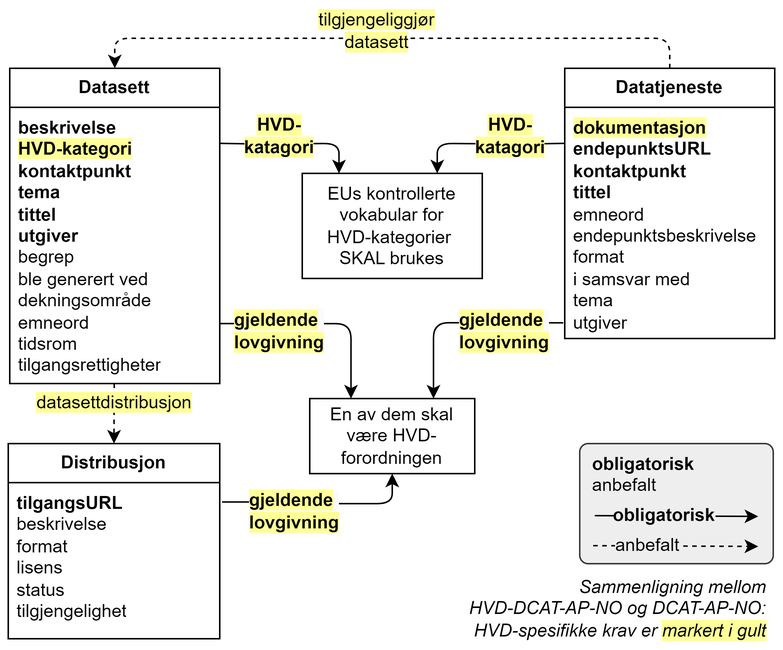
This is docs/images/HVD-DCAT-AP-NO-forenklet-fremstilling.png from Informasjonsforvaltning/hvd-dcat-ap-no, a draw.io export, as it was before one commit. Source tidied: cells renumbered, new cells last; positions are measured from the earlier drawing's top-left corner, leaving out a move shared by most shapes.
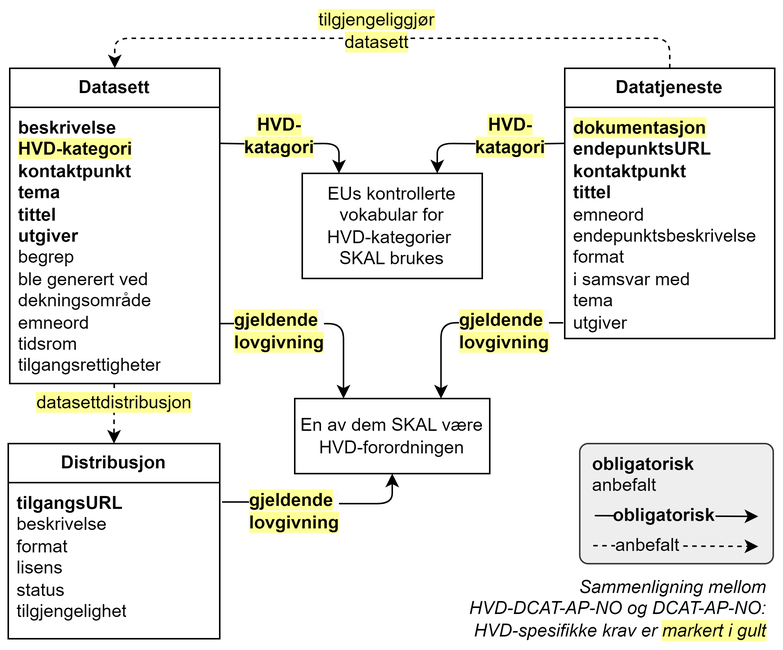
After the commit.

Commit message:
Oppdaterer tegning Forenklet fremstilling

What changed in the source:
```diff
@@ -62,8 +62,8 @@
     <mxCell id="19" value="Sammenligning mellom&amp;nbsp;&lt;div&gt;HVD-DCAT-AP-NO og DCAT-AP-NO:&amp;nbsp;&lt;/div&gt;&lt;div&gt;HVD-spesifikke krav er&amp;nbsp;&lt;span style=&quot;background-color: rgb(255, 255, 153);&quot;&gt;markert i gult&lt;/span&gt;&lt;span style=&quot;background-color: rgb(255 , 255 , 255)&quot;&gt;&amp;nbsp;&lt;/span&gt;&lt;/div&gt;" style="text;html=1;strokeColor=none;fillColor=none;align=right;verticalAlign=middle;whiteSpace=wrap;rounded=0;fontStyle=2;" parent="1" vertex="1">
       <mxGeometry x="176" y="390" width="335" height="20" as="geometry" />
     </mxCell>
-    <mxCell id="20" value="En av dem skal være HVD-forordningen" style="html=1;whiteSpace=wrap;" parent="1" vertex="1">
-      <mxGeometry x="201" y="260" width="110" height="50" as="geometry" />
+    <mxCell id="20" value="En av dem SKAL være HVD-forordningen" style="html=1;whiteSpace=wrap;" parent="1" vertex="1">
+      <mxGeometry x="191" y="260" width="130" height="50" as="geometry" />
     </mxCell>
     <mxCell id="21" value="&lt;div style=&quot;forced-color-adjust: none; color: rgb(0, 0, 0); font-family: Helvetica; font-size: 12px; font-style: normal; font-variant-ligatures: normal; font-variant-caps: normal; font-weight: 400; letter-spacing: normal; orphans: 2; text-align: left; text-indent: 0px; text-transform: none; widows: 2; word-spacing: 0px; -webkit-text-stroke-width: 0px; white-space: normal; background-color: rgb(251, 251, 251); text-decoration-thickness: initial; text-decoration-style: initial; text-decoration-color: initial;&quot;&gt;&lt;b style=&quot;forced-color-adjust: none; background-color: rgb(255, 255, 153);&quot;&gt;gjeldende lovgivning&lt;/b&gt;&lt;/div&gt;" style="text;html=1;align=center;verticalAlign=middle;whiteSpace=wrap;rounded=0;" parent="1" vertex="1">
       <mxGeometry x="161" y="320" width="60" height="30" as="geometry" />
```
